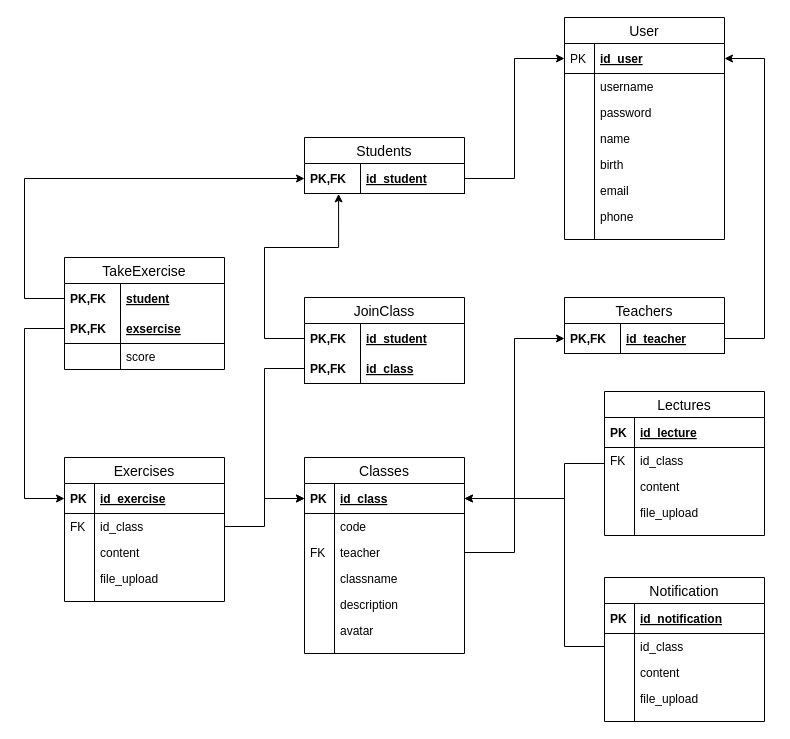
hieutada/webfinal keeps this draw.io diagram as note/database_design.drawio. Above is the earlier version. Source tidied: cells renumbered, new cells numbered last; positions are measured from the earlier drawing's top-left corner, leaving out a move shared by most shapes. Both pictures are drawn from the tidied source at 100%, with x=0, y=0 at pixel (24, 17).
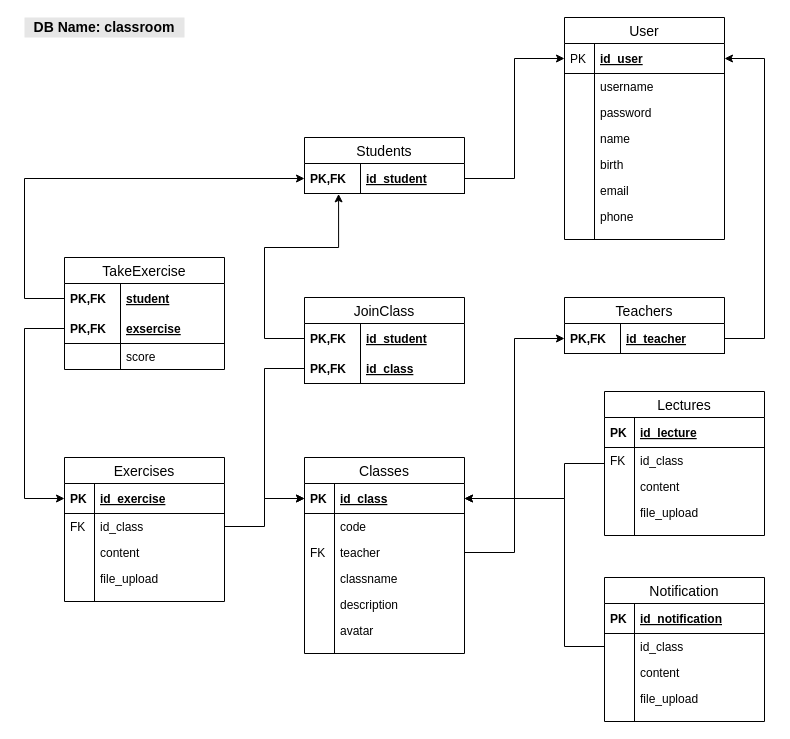
Above is the later version.

The edit, as a diff of the source:
```diff
@@
+    <mxCell id="95" value="&lt;font style=&quot;font-size: 14px&quot;&gt;&lt;b&gt;DB Name: classroom&lt;/b&gt;&lt;/font&gt;" style="text;html=1;strokeColor=none;fillColor=#E6E6E6;align=center;verticalAlign=middle;whiteSpace=wrap;rounded=0;" parent="1" vertex="1">
+      <mxGeometry width="160" height="20" as="geometry" />
+    </mxCell>
```
